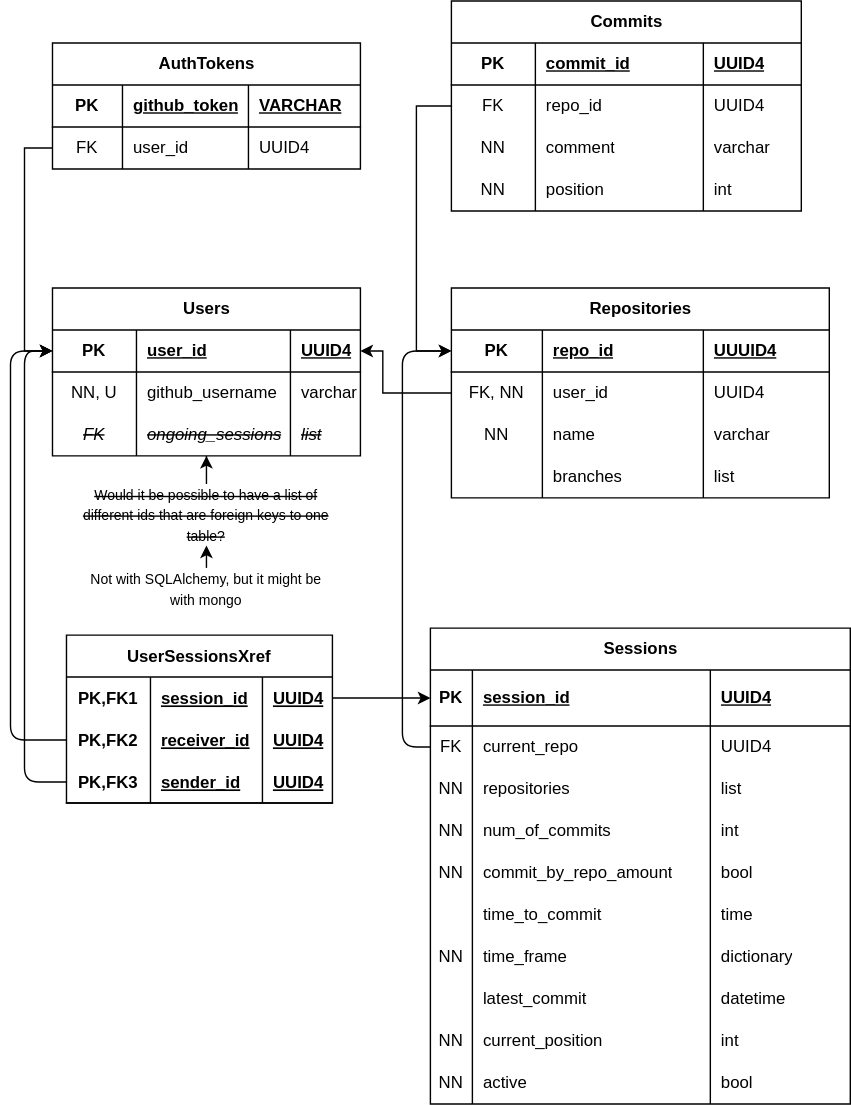
Before: git-nabber.drawio.svg, a diagram exported from draw.io (Jamesh431/Cyclone). Source tidied: cells renumbered, new cells last; positions are measured from the earlier drawing's top-left corner, leaving out a move shared by most shapes.
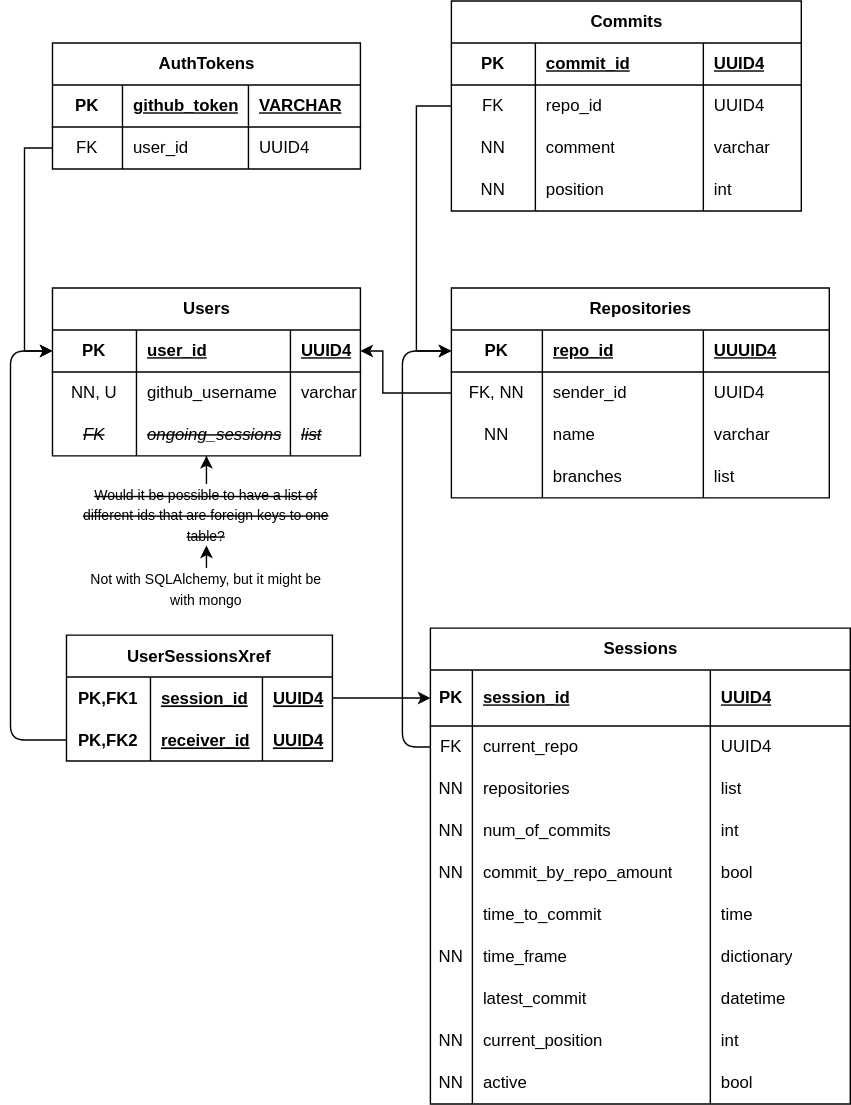
After the commit.

Diff of the diagram source:
```diff
@@ -92,7 +92,7 @@
     <mxCell id="31" value="FK, NN" style="shape=partialRectangle;fillColor=none;top=0;left=0;bottom=0;right=0;overflow=hidden;whiteSpace=wrap;html=1;" parent="30" vertex="1">
       <mxGeometry width="65" height="30" as="geometry" />
     </mxCell>
-    <mxCell id="32" value="user_id" style="shape=partialRectangle;fillColor=none;top=0;left=0;bottom=0;right=0;align=left;spacingLeft=6;overflow=hidden;whiteSpace=wrap;html=1;" parent="30" vertex="1">
+    <mxCell id="32" value="sender_id" style="shape=partialRectangle;fillColor=none;top=0;left=0;bottom=0;right=0;align=left;spacingLeft=6;overflow=hidden;whiteSpace=wrap;html=1;" parent="30" vertex="1">
       <mxGeometry x="65" width="115" height="30" as="geometry" />
     </mxCell>
     <mxCell id="33" value="UUID4" style="shape=partialRectangle;fillColor=none;top=0;left=0;bottom=0;right=0;align=left;spacingLeft=6;overflow=hidden;whiteSpace=wrap;html=1;" parent="30" vertex="1">
@@ -325,7 +325,7 @@
       </mxGeometry>
     </mxCell>
     <mxCell id="106" value="UserSessionsXref" style="shape=table;startSize=30;rowLines=0;fontStyle=1;align=center;" parent="1" vertex="1">
-      <mxGeometry x="40" y="453" width="190" height="120" as="geometry" />
+      <mxGeometry x="40" y="453" width="190" height="90" as="geometry" />
     </mxCell>
     <mxCell id="107" style="shape=tableRow;horizontal=0;startSize=0;swimlaneHead=0;swimlaneBody=0;fillColor=none;points=[[0,0.5],[1,0.5]];portConstraint=eastwest;top=0;left=0;right=0;bottom=0;" parent="106" vertex="1">
       <mxGeometry y="30" width="190" height="30" as="geometry" />
@@ -351,18 +351,6 @@
     <mxCell id="114" value="UUID4" style="shape=partialRectangle;fillColor=none;top=0;left=0;bottom=0;right=0;align=left;spacingLeft=6;fontStyle=5;overflow=hidden;" parent="111" vertex="1">
       <mxGeometry x="140" width="50" height="30" as="geometry" />
     </mxCell>
-    <mxCell id="115" style="shape=tableRow;horizontal=0;startSize=0;swimlaneHead=0;swimlaneBody=0;fillColor=none;points=[[0,0.5],[1,0.5]];portConstraint=eastwest;top=0;left=0;right=0;bottom=1;" parent="106" vertex="1">
-      <mxGeometry y="90" width="190" height="30" as="geometry" />
-    </mxCell>
-    <mxCell id="116" value="PK,FK3" style="shape=partialRectangle;fillColor=none;top=0;left=0;bottom=0;right=0;fontStyle=1;overflow=hidden;" parent="115" vertex="1">
-      <mxGeometry width="60" height="30" as="geometry" />
-    </mxCell>
-    <mxCell id="117" value="sender_id" style="shape=partialRectangle;fillColor=none;top=0;left=0;bottom=0;right=0;align=left;spacingLeft=6;fontStyle=5;overflow=hidden;" parent="115" vertex="1">
-      <mxGeometry x="60" width="80" height="30" as="geometry" />
-    </mxCell>
-    <mxCell id="118" value="UUID4" style="shape=partialRectangle;fillColor=none;top=0;left=0;bottom=0;right=0;align=left;spacingLeft=6;fontStyle=5;overflow=hidden;" parent="115" vertex="1">
-      <mxGeometry x="140" width="50" height="30" as="geometry" />
-    </mxCell>
     <mxCell id="119" style="edgeStyle=none;html=1;exitX=1;exitY=0.5;exitDx=0;exitDy=0;entryX=0;entryY=0.5;entryDx=0;entryDy=0;" parent="1" edge="1" source="107" target="60">
       <mxGeometry relative="1" as="geometry" />
     </mxCell>
@@ -382,7 +370,7 @@
         </Array>
       </mxGeometry>
     </mxCell>
-    <mxCell id="122" style="edgeStyle=none;html=1;exitX=0;exitY=0.5;exitDx=0;exitDy=0;entryX=0;entryY=0.5;entryDx=0;entryDy=0;" parent="1" edge="1" source="115" target="12">
+    <mxCell id="122" style="edgeStyle=none;html=1;exitX=0;exitY=0.5;exitDx=0;exitDy=0;entryX=0;entryY=0.5;entryDx=0;entryDy=0;" parent="1" edge="1" source="x" target="12">
       <mxGeometry relative="1" as="geometry">
         <Array as="points">
           <mxPoint x="10" y="558" />
```
